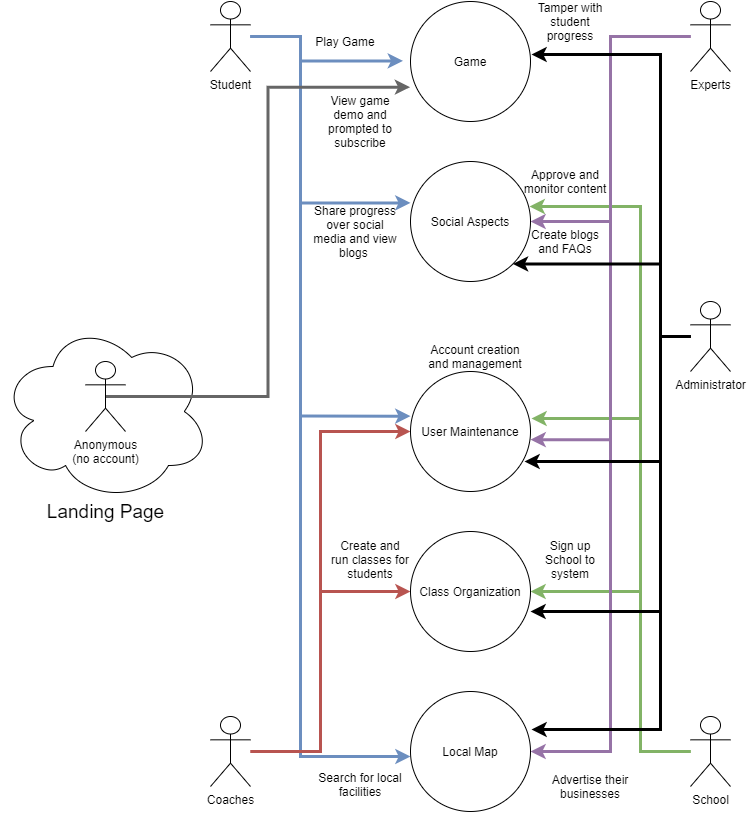
Hanandrof/Group-3-Repository keeps this draw.io diagram as Deliverables/Week_2/Use Cases.png. Above is the earlier version. Source tidied: cells renumbered, new cells last; positions are measured from the earlier drawing's top-left corner, leaving out a move shared by most shapes.
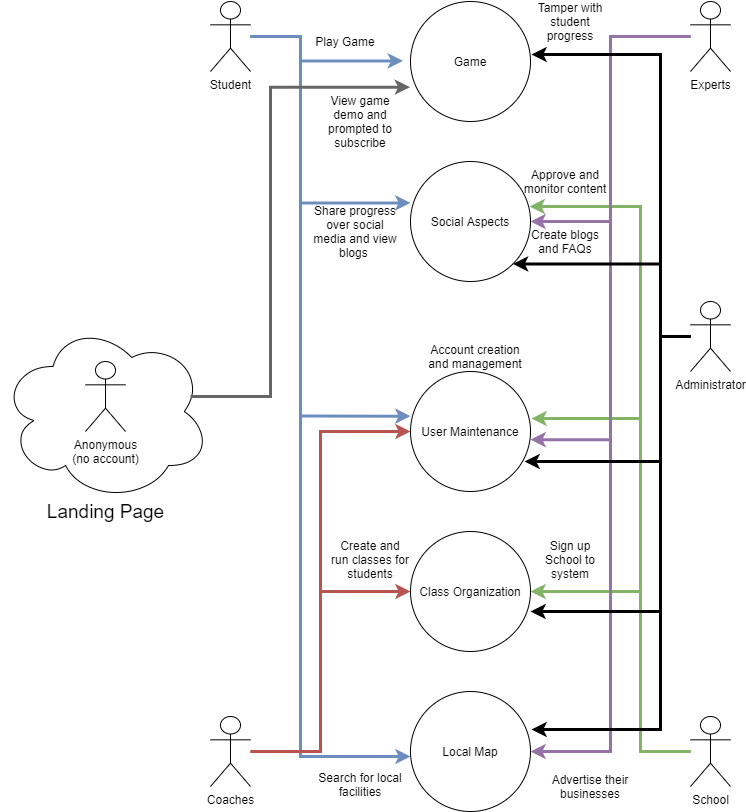
Later version of the same file.

What changed in the source:
```diff
@@ -145,8 +145,14 @@
     <mxCell id="32" value="Create blogs and FAQs" style="text;html=1;strokeColor=none;fillColor=none;align=center;verticalAlign=middle;whiteSpace=wrap;rounded=0;" parent="1" vertex="1">
       <mxGeometry x="520" y="220" width="90" height="40" as="geometry" />
     </mxCell>
-    <mxCell id="33" style="edgeStyle=orthogonalEdgeStyle;rounded=0;jettySize=auto;html=1;exitX=0.5;exitY=0.5;exitDx=0;exitDy=0;exitPerimeter=0;entryX=-0.004;entryY=0.714;entryDx=0;entryDy=0;entryPerimeter=0;strokeWidth=3;fillColor=#f5f5f5;strokeColor=#666666;" parent="1" edge="1" source="34" target="19">
-      <mxGeometry relative="1" as="geometry" />
+    <mxCell id="33" style="edgeStyle=orthogonalEdgeStyle;rounded=0;jettySize=auto;html=1;entryX=-0.004;entryY=0.714;entryDx=0;entryDy=0;entryPerimeter=0;strokeWidth=3;fillColor=#f5f5f5;strokeColor=#666666;" parent="1" edge="1" target="19">
+      <mxGeometry relative="1" as="geometry">
+        <mxPoint x="190" y="395" as="sourcePoint" />
+        <Array as="points">
+          <mxPoint x="270" y="395" />
+          <mxPoint x="270" y="86" />
+        </Array>
+      </mxGeometry>
     </mxCell>
     <mxCell id="34" value="Anonymous&lt;br&gt;(no account)" style="shape=umlActor;verticalLabelPosition=bottom;verticalAlign=top;html=1;outlineConnect=0;" parent="1" vertex="1">
       <mxGeometry x="85" y="360" width="40" height="70" as="geometry" />
```
